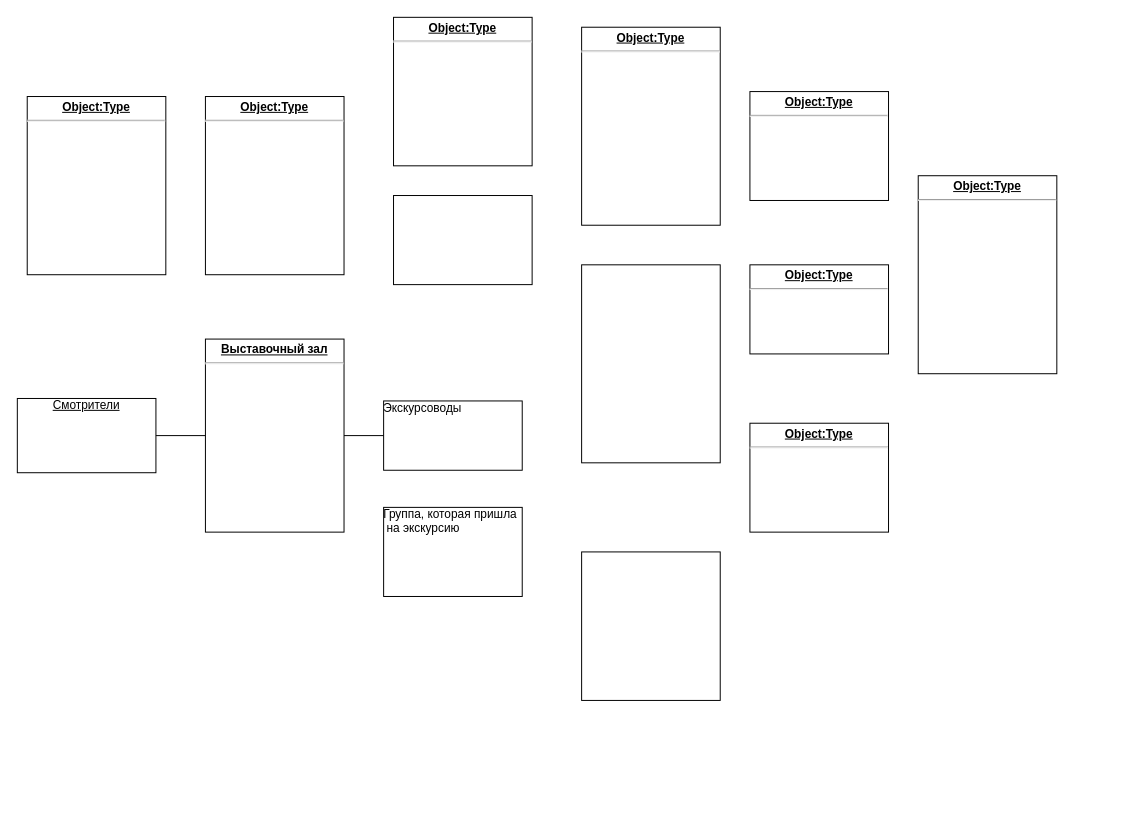
Above: Диаграмма без названия.drawio in M3Z9/test (draw.io), before the change. Source tidied: cells renumbered, new cells numbered last; positions are measured from the earlier drawing's top-left corner, leaving out a move shared by most shapes. Both pictures are drawn from the tidied source at 99%, with x=0, y=0 at pixel (17, 17).
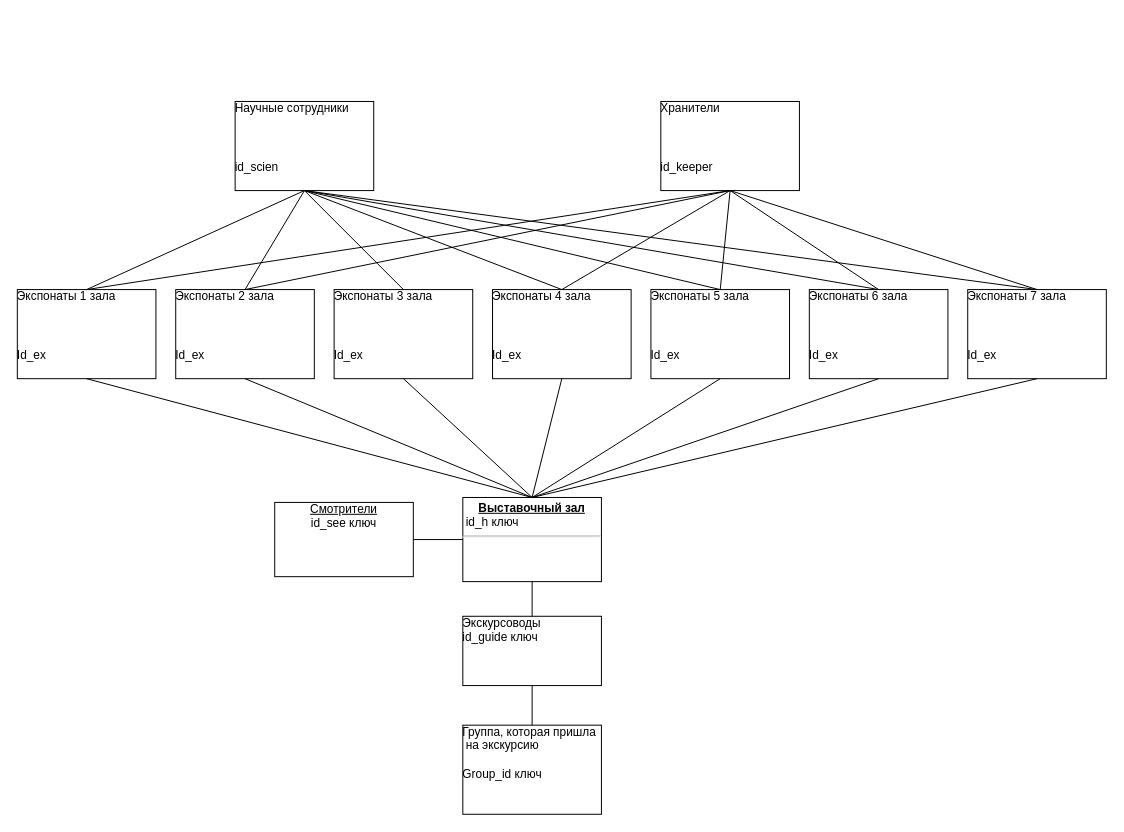
The same page after the edit.

The edit, as a diff of the source:
```diff
@@
-    <mxCell id="2" value="&lt;p style=&quot;margin: 0px ; margin-top: 4px ; text-align: center ; text-decoration: underline&quot;&gt;&lt;b&gt;Object:Type&lt;/b&gt;&lt;/p&gt;&lt;hr&gt;&lt;p style=&quot;margin: 0px ; margin-left: 8px&quot;&gt;&lt;br&gt;&lt;/p&gt;" style="verticalAlign=top;align=left;overflow=fill;fontSize=12;fontFamily=Helvetica;html=1;rounded=0;shadow=0;comic=0;labelBackgroundColor=none;strokeWidth=1;" parent="1" vertex="1">
-      <mxGeometry x="10" y="80" width="140" height="180" as="geometry" />
-    </mxCell>
-    <mxCell id="3" value="&lt;div align=&quot;center&quot;&gt;&lt;u&gt;Смотрители&lt;/u&gt;&lt;/div&gt; " style="verticalAlign=top;align=center;overflow=fill;fontSize=12;fontFamily=Helvetica;html=1;rounded=0;shadow=0;comic=0;labelBackgroundColor=none;strokeWidth=1;" parent="1" vertex="1">
-      <mxGeometry y="385" width="140" height="75" as="geometry" />
+    <mxCell id="3" value="&lt;div align=&quot;center&quot;&gt;&lt;u&gt;Смотрители&lt;/u&gt;&lt;/div&gt; id_see ключ" style="verticalAlign=top;align=center;overflow=fill;fontSize=12;fontFamily=Helvetica;html=1;rounded=0;shadow=0;comic=0;labelBackgroundColor=none;strokeWidth=1;" parent="1" vertex="1">
+      <mxGeometry x="260" y="490" width="140" height="75" as="geometry" />
     </mxCell>
-    <mxCell id="4" value="&lt;p style=&quot;margin: 0px ; margin-top: 4px ; text-align: center ; text-decoration: underline&quot;&gt;&lt;b&gt;Object:Type&lt;/b&gt;&lt;/p&gt;&lt;hr&gt;" style="verticalAlign=top;align=left;overflow=fill;fontSize=12;fontFamily=Helvetica;html=1;rounded=0;shadow=0;comic=0;labelBackgroundColor=none;strokeWidth=1;" parent="1" vertex="1">
-      <mxGeometry x="190" y="80" width="140" height="180" as="geometry" />
-    </mxCell>
-    <mxCell id="5" value="&lt;p style=&quot;margin: 0px ; margin-top: 4px ; text-align: center ; text-decoration: underline&quot;&gt;&lt;b&gt;Выставочный зал &lt;/b&gt;&lt;br&gt;&lt;/p&gt;&lt;hr&gt;&lt;p style=&quot;margin: 0px ; margin-left: 8px&quot;&gt;&lt;br&gt;&lt;/p&gt;" style="verticalAlign=top;align=left;overflow=fill;fontSize=12;fontFamily=Helvetica;html=1;rounded=0;shadow=0;comic=0;labelBackgroundColor=none;strokeWidth=1;" parent="1" vertex="1">
-      <mxGeometry x="190" y="325" width="140" height="195" as="geometry" />
+    <mxCell id="5" value="&lt;p style=&quot;margin: 0px ; margin-top: 4px ; text-align: center ; text-decoration: underline&quot;&gt;&lt;b&gt;Выставочный зал &lt;/b&gt;&lt;br&gt;&lt;/p&gt;&amp;nbsp;id_h ключ&lt;br&gt;&lt;hr&gt;&lt;p style=&quot;margin: 0px ; margin-left: 8px&quot;&gt;&lt;br&gt;&lt;/p&gt;&lt;br&gt;" style="verticalAlign=top;align=left;overflow=fill;fontSize=12;fontFamily=Helvetica;html=1;rounded=0;shadow=0;comic=0;labelBackgroundColor=none;strokeWidth=1;" parent="1" vertex="1">
+      <mxGeometry x="450" y="485" width="140" height="85" as="geometry" />
     </mxCell>
-    <mxCell id="6" value="&lt;p style=&quot;margin: 0px ; margin-top: 4px ; text-align: center ; text-decoration: underline&quot;&gt;&lt;b&gt;Object:Type&lt;/b&gt;&lt;/p&gt;&lt;hr&gt;" style="verticalAlign=top;align=left;overflow=fill;fontSize=12;fontFamily=Helvetica;html=1;rounded=0;shadow=0;comic=0;labelBackgroundColor=none;strokeWidth=1;" parent="1" vertex="1">
-      <mxGeometry x="380" width="140" height="150" as="geometry" />
-    </mxCell>
-    <mxCell id="7" style="verticalAlign=top;align=left;overflow=fill;fontSize=12;fontFamily=Helvetica;html=1;rounded=0;shadow=0;comic=0;labelBackgroundColor=none;strokeWidth=1;" parent="1" vertex="1">
-      <mxGeometry x="380" y="180" width="140" height="90" as="geometry" />
-    </mxCell>
-    <mxCell id="8" value="Экскурсоводы " style="verticalAlign=top;align=left;overflow=fill;fontSize=12;fontFamily=Helvetica;html=1;rounded=0;shadow=0;comic=0;labelBackgroundColor=none;strokeWidth=1;" parent="1" vertex="1">
-      <mxGeometry x="370" y="387.5" width="140" height="70" as="geometry" />
+    <mxCell id="8" value="Экскурсоводы &lt;br&gt;id_guide ключ" style="verticalAlign=top;align=left;overflow=fill;fontSize=12;fontFamily=Helvetica;html=1;rounded=0;shadow=0;comic=0;labelBackgroundColor=none;strokeWidth=1;" parent="1" vertex="1">
+      <mxGeometry x="450" y="605" width="140" height="70" as="geometry" />
     </mxCell>
-    <mxCell id="9" value="&lt;div&gt;Группа, которая пришла&lt;/div&gt;&lt;div&gt;&amp;nbsp;на экскурсию &lt;/div&gt;" style="verticalAlign=top;align=left;overflow=fill;fontSize=12;fontFamily=Helvetica;html=1;rounded=0;shadow=0;comic=0;labelBackgroundColor=none;strokeWidth=1;" parent="1" vertex="1">
-      <mxGeometry x="370" y="495" width="140" height="90" as="geometry" />
+    <mxCell id="9" value="&lt;div&gt;Группа, которая пришла&lt;/div&gt;&lt;div&gt;&amp;nbsp;на экскурсию &lt;/div&gt;&lt;br&gt;Group_id ключ" style="verticalAlign=top;align=left;overflow=fill;fontSize=12;fontFamily=Helvetica;html=1;rounded=0;shadow=0;comic=0;labelBackgroundColor=none;strokeWidth=1;" parent="1" vertex="1">
+      <mxGeometry x="450" y="715" width="140" height="90" as="geometry" />
     </mxCell>
-    <mxCell id="10" value="&lt;p style=&quot;margin: 0px ; margin-top: 4px ; text-align: center ; text-decoration: underline&quot;&gt;&lt;b&gt;Object:Type&lt;/b&gt;&lt;/p&gt;&lt;hr&gt;&lt;p style=&quot;margin: 0px ; margin-left: 8px&quot;&gt;&lt;br&gt;&lt;/p&gt;" style="verticalAlign=top;align=left;overflow=fill;fontSize=12;fontFamily=Helvetica;html=1;rounded=0;shadow=0;comic=0;labelBackgroundColor=none;strokeWidth=1;" parent="1" vertex="1">
-      <mxGeometry x="570" y="10" width="140" height="200" as="geometry" />
-    </mxCell>
-    <mxCell id="11" style="verticalAlign=top;align=left;overflow=fill;fontSize=12;fontFamily=Helvetica;html=1;rounded=0;shadow=0;comic=0;labelBackgroundColor=none;strokeWidth=1;" parent="1" vertex="1">
-      <mxGeometry x="570" y="250" width="140" height="200" as="geometry" />
-    </mxCell>
-    <mxCell id="12" style="verticalAlign=top;align=left;overflow=fill;fontSize=12;fontFamily=Helvetica;html=1;rounded=0;shadow=0;comic=0;labelBackgroundColor=none;strokeWidth=1;" parent="1" vertex="1">
-      <mxGeometry x="570" y="540" width="140" height="150" as="geometry" />
+    <mxCell id="12" value="Экспонаты 1 зала &lt;br&gt;&lt;br&gt;&lt;table width=&quot;140&quot; cellspacing=&quot;0&quot; cellpadding=&quot;0&quot; border=&quot;0&quot;&gt;&lt;colgroup&gt;&lt;col width=&quot;140&quot;&gt;&lt;/colgroup&gt;&lt;tbody&gt;&lt;tr height=&quot;20&quot;&gt;&lt;br/&gt;  &lt;td style=&quot;height:15.0pt;width:105pt&quot; class=&quot;xl64&quot; width=&quot;140&quot; height=&quot;20&quot;&gt;Id_ex&lt;/td&gt;&lt;br/&gt;&lt;/tr&gt;&lt;/tbody&gt;&lt;/table&gt;" style="verticalAlign=top;align=left;overflow=fill;fontSize=12;fontFamily=Helvetica;html=1;rounded=0;shadow=0;comic=0;labelBackgroundColor=none;strokeWidth=1;" parent="1" vertex="1">
+      <mxGeometry y="275" width="140" height="90" as="geometry" />
     </mxCell>
-    <mxCell id="13" value="&lt;p style=&quot;margin: 0px ; margin-top: 4px ; text-align: center ; text-decoration: underline&quot;&gt;&lt;b&gt;Object:Type&lt;/b&gt;&lt;/p&gt;&lt;hr&gt;" style="verticalAlign=top;align=left;overflow=fill;fontSize=12;fontFamily=Helvetica;html=1;rounded=0;shadow=0;comic=0;labelBackgroundColor=none;strokeWidth=1;" parent="1" vertex="1">
-      <mxGeometry x="740" y="75" width="140" height="110" as="geometry" />
-    </mxCell>
-    <mxCell id="14" value="&lt;p style=&quot;margin: 0px ; margin-top: 4px ; text-align: center ; text-decoration: underline&quot;&gt;&lt;b&gt;Object:Type&lt;/b&gt;&lt;/p&gt;&lt;hr&gt;" style="verticalAlign=top;align=left;overflow=fill;fontSize=12;fontFamily=Helvetica;html=1;rounded=0;shadow=0;comic=0;labelBackgroundColor=none;strokeWidth=1;" parent="1" vertex="1">
-      <mxGeometry x="740" y="250" width="140" height="90" as="geometry" />
-    </mxCell>
-    <mxCell id="15" value="&lt;p style=&quot;margin: 0px ; margin-top: 4px ; text-align: center ; text-decoration: underline&quot;&gt;&lt;b&gt;Object:Type&lt;/b&gt;&lt;/p&gt;&lt;hr&gt;" style="verticalAlign=top;align=left;overflow=fill;fontSize=12;fontFamily=Helvetica;html=1;rounded=0;shadow=0;comic=0;labelBackgroundColor=none;strokeWidth=1;" parent="1" vertex="1">
-      <mxGeometry x="740" y="410" width="140" height="110" as="geometry" />
-    </mxCell>
-    <mxCell id="16" value="&lt;p style=&quot;margin: 0px ; margin-top: 4px ; text-align: center ; text-decoration: underline&quot;&gt;&lt;b&gt;Object:Type&lt;/b&gt;&lt;/p&gt;&lt;hr&gt;" style="verticalAlign=top;align=left;overflow=fill;fontSize=12;fontFamily=Helvetica;html=1;rounded=0;shadow=0;comic=0;labelBackgroundColor=none;strokeWidth=1;" parent="1" vertex="1">
-      <mxGeometry x="910" y="160" width="140" height="200" as="geometry" />
-    </mxCell>
@@
-    <mxCell id="18" style="endArrow=none;html=1;rounded=0;exitX=0;exitY=0.5;exitDx=0;exitDy=0;entryX=1;entryY=0.5;entryDx=0;entryDy=0;" parent="1" edge="1" source="8" target="5">
+    <mxCell id="18" style="endArrow=none;html=1;rounded=0;entryX=0.5;entryY=1;entryDx=0;entryDy=0;" parent="1" edge="1" source="8" target="5">
       <mxGeometry relative="1" as="geometry" />
     </mxCell>
+    <mxCell id="19" style="endArrow=none;html=1;rounded=0;exitX=0.5;exitY=1;exitDx=0;exitDy=0;entryX=0.5;entryY=0;entryDx=0;entryDy=0;" parent="1" edge="1" source="8" target="9">
+      <mxGeometry relative="1" as="geometry" />
+    </mxCell>
+    <mxCell id="20" value="Экспонаты 2 зала&lt;br&gt;&lt;br&gt;&lt;table width=&quot;140&quot; cellspacing=&quot;0&quot; cellpadding=&quot;0&quot; border=&quot;0&quot;&gt;&lt;colgroup&gt;&lt;col width=&quot;140&quot;&gt;&lt;/colgroup&gt;&lt;tbody&gt;&lt;tr height=&quot;20&quot;&gt;&lt;br/&gt;  &lt;td style=&quot;height:15.0pt;width:105pt&quot; class=&quot;xl65&quot; width=&quot;140&quot; height=&quot;20&quot;&gt;Id_ex&lt;/td&gt;&lt;br/&gt;&lt;/tr&gt;&lt;/tbody&gt;&lt;/table&gt; " style="verticalAlign=top;align=left;overflow=fill;fontSize=12;fontFamily=Helvetica;html=1;rounded=0;shadow=0;comic=0;labelBackgroundColor=none;strokeWidth=1;" parent="1" vertex="1">
+      <mxGeometry x="160" y="275" width="140" height="90" as="geometry" />
+    </mxCell>
+    <mxCell id="21" value="Экспонаты 4 зала &lt;br&gt;&lt;br&gt;&lt;table width=&quot;140&quot; cellspacing=&quot;0&quot; cellpadding=&quot;0&quot; border=&quot;0&quot;&gt;&lt;colgroup&gt;&lt;col width=&quot;140&quot;&gt;&lt;/colgroup&gt;&lt;tbody&gt;&lt;tr height=&quot;20&quot;&gt;&lt;br/&gt;  &lt;td style=&quot;height:15.0pt;width:105pt&quot; class=&quot;xl65&quot; width=&quot;140&quot; height=&quot;20&quot;&gt;Id_ex&lt;/td&gt;&lt;br/&gt;&lt;/tr&gt;&lt;/tbody&gt;&lt;/table&gt;" style="verticalAlign=top;align=left;overflow=fill;fontSize=12;fontFamily=Helvetica;html=1;rounded=0;shadow=0;comic=0;labelBackgroundColor=none;strokeWidth=1;" parent="1" vertex="1">
+      <mxGeometry x="480" y="275" width="140" height="90" as="geometry" />
+    </mxCell>
+    <mxCell id="22" value="Экспонаты 5 зала &lt;br&gt;&lt;br&gt;&lt;table width=&quot;140&quot; cellspacing=&quot;0&quot; cellpadding=&quot;0&quot; border=&quot;0&quot;&gt;&lt;colgroup&gt;&lt;col width=&quot;140&quot;&gt;&lt;/colgroup&gt;&lt;tbody&gt;&lt;tr height=&quot;20&quot;&gt;&lt;br/&gt;  &lt;td style=&quot;height:15.0pt;width:105pt&quot; class=&quot;xl65&quot; width=&quot;140&quot; height=&quot;20&quot;&gt;Id_ex&lt;/td&gt;&lt;br/&gt;&lt;/tr&gt;&lt;/tbody&gt;&lt;/table&gt;" style="verticalAlign=top;align=left;overflow=fill;fontSize=12;fontFamily=Helvetica;html=1;rounded=0;shadow=0;comic=0;labelBackgroundColor=none;strokeWidth=1;" parent="1" vertex="1">
+      <mxGeometry x="640" y="275" width="140" height="90" as="geometry" />
+    </mxCell>
+    <mxCell id="23" value="Экспонаты 6 зала &lt;br&gt;&lt;br&gt;&lt;table width=&quot;140&quot; cellspacing=&quot;0&quot; cellpadding=&quot;0&quot; border=&quot;0&quot;&gt;&lt;colgroup&gt;&lt;col width=&quot;140&quot;&gt;&lt;/colgroup&gt;&lt;tbody&gt;&lt;tr height=&quot;20&quot;&gt;&lt;br/&gt;  &lt;td style=&quot;height:15.0pt;width:105pt&quot; class=&quot;xl65&quot; width=&quot;140&quot; height=&quot;20&quot;&gt;Id_ex&lt;/td&gt;&lt;br/&gt;&lt;/tr&gt;&lt;/tbody&gt;&lt;/table&gt;" style="verticalAlign=top;align=left;overflow=fill;fontSize=12;fontFamily=Helvetica;html=1;rounded=0;shadow=0;comic=0;labelBackgroundColor=none;strokeWidth=1;" parent="1" vertex="1">
+      <mxGeometry x="800" y="275" width="140" height="90" as="geometry" />
+    </mxCell>
+    <mxCell id="24" value="Экспонаты 3 зала&lt;br&gt;&lt;br&gt;&lt;table width=&quot;140&quot; cellspacing=&quot;0&quot; cellpadding=&quot;0&quot; border=&quot;0&quot;&gt;&lt;colgroup&gt;&lt;col width=&quot;140&quot;&gt;&lt;/colgroup&gt;&lt;tbody&gt;&lt;tr height=&quot;20&quot;&gt;&lt;br/&gt;  &lt;td style=&quot;height:15.0pt;width:105pt&quot; class=&quot;xl65&quot; width=&quot;140&quot; height=&quot;20&quot;&gt;Id_ex&lt;/td&gt;&lt;br/&gt;&lt;/tr&gt;&lt;/tbody&gt;&lt;/table&gt; " style="verticalAlign=top;align=left;overflow=fill;fontSize=12;fontFamily=Helvetica;html=1;rounded=0;shadow=0;comic=0;labelBackgroundColor=none;strokeWidth=1;" parent="1" vertex="1">
+      <mxGeometry x="320" y="275" width="140" height="90" as="geometry" />
+    </mxCell>
+    <mxCell id="25" value="Экспонаты 7 зала &lt;br&gt;&lt;br&gt;&lt;table width=&quot;140&quot; cellspacing=&quot;0&quot; cellpadding=&quot;0&quot; border=&quot;0&quot;&gt;&lt;colgroup&gt;&lt;col width=&quot;140&quot;&gt;&lt;/colgroup&gt;&lt;tbody&gt;&lt;tr height=&quot;20&quot;&gt;&lt;br/&gt;  &lt;td style=&quot;height:15.0pt;width:105pt&quot; class=&quot;xl65&quot; width=&quot;140&quot; height=&quot;20&quot;&gt;Id_ex&lt;/td&gt;&lt;br/&gt;&lt;/tr&gt;&lt;/tbody&gt;&lt;/table&gt;" style="verticalAlign=top;align=left;overflow=fill;fontSize=12;fontFamily=Helvetica;html=1;rounded=0;shadow=0;comic=0;labelBackgroundColor=none;strokeWidth=1;" parent="1" vertex="1">
+      <mxGeometry x="960" y="275" width="140" height="90" as="geometry" />
+    </mxCell>
+    <mxCell id="26" style="endArrow=none;html=1;rounded=0;exitX=0.5;exitY=0;exitDx=0;exitDy=0;entryX=0.5;entryY=1;entryDx=0;entryDy=0;" parent="1" edge="1" source="5" target="12">
+      <mxGeometry relative="1" as="geometry" />
+    </mxCell>
+    <mxCell id="27" style="endArrow=none;html=1;rounded=0;exitX=0.5;exitY=0;exitDx=0;exitDy=0;entryX=0.5;entryY=1;entryDx=0;entryDy=0;" parent="1" edge="1" source="5" target="20">
+      <mxGeometry relative="1" as="geometry" />
+    </mxCell>
+    <mxCell id="28" style="endArrow=none;html=1;rounded=0;exitX=0.5;exitY=0;exitDx=0;exitDy=0;entryX=0.5;entryY=1;entryDx=0;entryDy=0;" parent="1" edge="1" source="5" target="24">
+      <mxGeometry relative="1" as="geometry" />
+    </mxCell>
+    <mxCell id="29" style="endArrow=none;html=1;rounded=0;exitX=0.5;exitY=0;exitDx=0;exitDy=0;entryX=0.5;entryY=1;entryDx=0;entryDy=0;" parent="1" edge="1" source="5" target="21">
+      <mxGeometry relative="1" as="geometry" />
+    </mxCell>
+    <mxCell id="30" style="endArrow=none;html=1;rounded=0;exitX=0.5;exitY=0;exitDx=0;exitDy=0;entryX=0.5;entryY=1;entryDx=0;entryDy=0;" parent="1" edge="1" source="5" target="22">
+      <mxGeometry relative="1" as="geometry" />
+    </mxCell>
+    <mxCell id="31" style="endArrow=none;html=1;rounded=0;exitX=0.5;exitY=0;exitDx=0;exitDy=0;entryX=0.5;entryY=1;entryDx=0;entryDy=0;" parent="1" edge="1" source="5" target="23">
+      <mxGeometry relative="1" as="geometry" />
+    </mxCell>
+    <mxCell id="32" style="endArrow=none;html=1;rounded=0;exitX=0.5;exitY=0;exitDx=0;exitDy=0;entryX=0.5;entryY=1;entryDx=0;entryDy=0;" parent="1" edge="1" source="5" target="25">
+      <mxGeometry relative="1" as="geometry" />
+    </mxCell>
+    <mxCell id="33" value="Научные сотрудники &lt;br&gt;&lt;br&gt;&lt;table width=&quot;116&quot; cellspacing=&quot;0&quot; cellpadding=&quot;0&quot; border=&quot;0&quot;&gt;&lt;colgroup&gt;&lt;col width=&quot;116&quot;&gt;&lt;/colgroup&gt;&lt;tbody&gt;&lt;tr height=&quot;20&quot;&gt;&lt;br/&gt;  &lt;td style=&quot;height:15.0pt;width:87pt&quot; class=&quot;xl65&quot; width=&quot;116&quot; height=&quot;20&quot;&gt;id_scien&lt;/td&gt;&lt;br/&gt;&lt;/tr&gt;&lt;/tbody&gt;&lt;/table&gt;" style="verticalAlign=top;align=left;overflow=fill;fontSize=12;fontFamily=Helvetica;html=1;rounded=0;shadow=0;comic=0;labelBackgroundColor=none;strokeWidth=1;" parent="1" vertex="1">
+      <mxGeometry x="220" y="85" width="140" height="90" as="geometry" />
+    </mxCell>
+    <mxCell id="34" value="Хранители&lt;br&gt;&lt;br&gt;&lt;table width=&quot;125&quot; cellspacing=&quot;0&quot; cellpadding=&quot;0&quot; border=&quot;0&quot;&gt;&lt;colgroup&gt;&lt;col width=&quot;125&quot;&gt;&lt;/colgroup&gt;&lt;tbody&gt;&lt;tr height=&quot;20&quot;&gt;&lt;br/&gt;  &lt;td style=&quot;height:15.0pt;width:94pt&quot; class=&quot;xl65&quot; width=&quot;125&quot; height=&quot;20&quot;&gt;id_keeper&lt;/td&gt;&lt;br/&gt;&lt;/tr&gt;&lt;/tbody&gt;&lt;/table&gt;" style="verticalAlign=top;align=left;overflow=fill;fontSize=12;fontFamily=Helvetica;html=1;rounded=0;shadow=0;comic=0;labelBackgroundColor=none;strokeWidth=1;" parent="1" vertex="1">
+      <mxGeometry x="650" y="85" width="140" height="90" as="geometry" />
+    </mxCell>
+    <mxCell id="35" style="endArrow=none;html=1;rounded=0;entryX=0.5;entryY=1;entryDx=0;entryDy=0;exitX=0.5;exitY=0;exitDx=0;exitDy=0;" parent="1" edge="1" source="12" target="33">
+      <mxGeometry relative="1" as="geometry" />
+    </mxCell>
+    <mxCell id="36" style="endArrow=none;html=1;rounded=0;entryX=0.5;entryY=1;entryDx=0;entryDy=0;exitX=0.5;exitY=0;exitDx=0;exitDy=0;" parent="1" edge="1" source="20" target="33">
+      <mxGeometry relative="1" as="geometry" />
+    </mxCell>
+    <mxCell id="37" style="endArrow=none;html=1;rounded=0;entryX=0.5;entryY=1;entryDx=0;entryDy=0;exitX=0.5;exitY=0;exitDx=0;exitDy=0;" parent="1" edge="1" source="24" target="33">
+      <mxGeometry relative="1" as="geometry" />
+    </mxCell>
+    <mxCell id="38" style="endArrow=none;html=1;rounded=0;entryX=0.5;entryY=1;entryDx=0;entryDy=0;exitX=0.5;exitY=0;exitDx=0;exitDy=0;" parent="1" edge="1" source="21" target="33">
+      <mxGeometry relative="1" as="geometry" />
+    </mxCell>
+    <mxCell id="39" style="endArrow=none;html=1;rounded=0;exitX=0.5;exitY=0;exitDx=0;exitDy=0;entryX=0.5;entryY=1;entryDx=0;entryDy=0;" parent="1" edge="1" source="22" target="33">
+      <mxGeometry relative="1" as="geometry" />
+    </mxCell>
+    <mxCell id="40" style="endArrow=none;html=1;rounded=0;exitX=0.5;exitY=0;exitDx=0;exitDy=0;entryX=0.5;entryY=1;entryDx=0;entryDy=0;" parent="1" edge="1" source="23" target="33">
+      <mxGeometry relative="1" as="geometry" />
+    </mxCell>
+    <mxCell id="41" style="endArrow=none;html=1;rounded=0;exitX=0.5;exitY=0;exitDx=0;exitDy=0;entryX=0.5;entryY=1;entryDx=0;entryDy=0;" parent="1" edge="1" source="25" target="33">
+      <mxGeometry relative="1" as="geometry" />
+    </mxCell>
+    <mxCell id="42" style="endArrow=none;html=1;rounded=0;entryX=0.5;entryY=1;entryDx=0;entryDy=0;exitX=0.5;exitY=0;exitDx=0;exitDy=0;" parent="1" edge="1" source="12" target="34">
+      <mxGeometry relative="1" as="geometry" />
+    </mxCell>
+    <mxCell id="43" style="endArrow=none;html=1;rounded=0;entryX=0.5;entryY=1;entryDx=0;entryDy=0;exitX=0.5;exitY=0;exitDx=0;exitDy=0;" parent="1" edge="1" source="20" target="34">
+      <mxGeometry relative="1" as="geometry" />
+    </mxCell>
+    <mxCell id="44" style="endArrow=none;html=1;rounded=0;entryX=0.5;entryY=1;entryDx=0;entryDy=0;exitX=0.5;exitY=0;exitDx=0;exitDy=0;" parent="1" edge="1" source="21" target="34">
+      <mxGeometry relative="1" as="geometry" />
+    </mxCell>
+    <mxCell id="45" style="endArrow=none;html=1;rounded=0;exitX=0.5;exitY=0;exitDx=0;exitDy=0;" parent="1" edge="1" source="22">
+      <mxGeometry relative="1" as="geometry">
+        <mxPoint x="720" y="175" as="targetPoint" />
+      </mxGeometry>
+    </mxCell>
+    <mxCell id="46" style="endArrow=none;html=1;rounded=0;entryX=0.5;entryY=1;entryDx=0;entryDy=0;exitX=0.5;exitY=0;exitDx=0;exitDy=0;" parent="1" edge="1" source="23" target="34">
+      <mxGeometry relative="1" as="geometry" />
+    </mxCell>
+    <mxCell id="47" style="endArrow=none;html=1;rounded=0;exitX=0.5;exitY=0;exitDx=0;exitDy=0;" parent="1" edge="1" source="25">
+      <mxGeometry relative="1" as="geometry">
+        <mxPoint x="720" y="175" as="targetPoint" />
+      </mxGeometry>
+    </mxCell>
```
